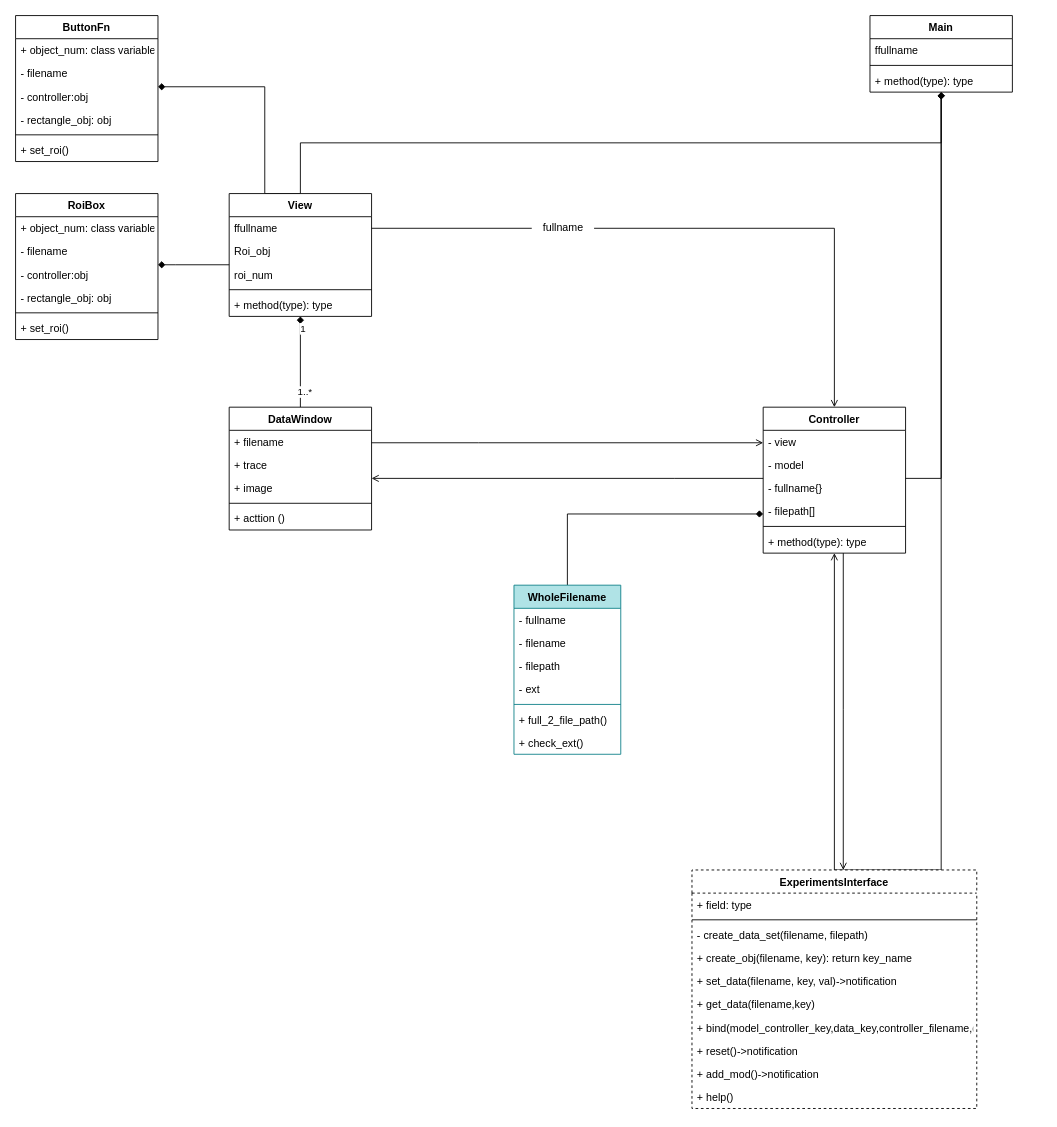
Above: page "view_controller" (2 of 3) of UML_SCANDATA.drawio in lunelukkio/SCANDATA (draw.io), before the change. Source tidied: cells renumbered, new cells numbered last; positions are measured from the earlier drawing's top-left corner, leaving out a move shared by most shapes. Both pictures are drawn from the tidied source at 89%, with x=0, y=0 at pixel (15, 15).
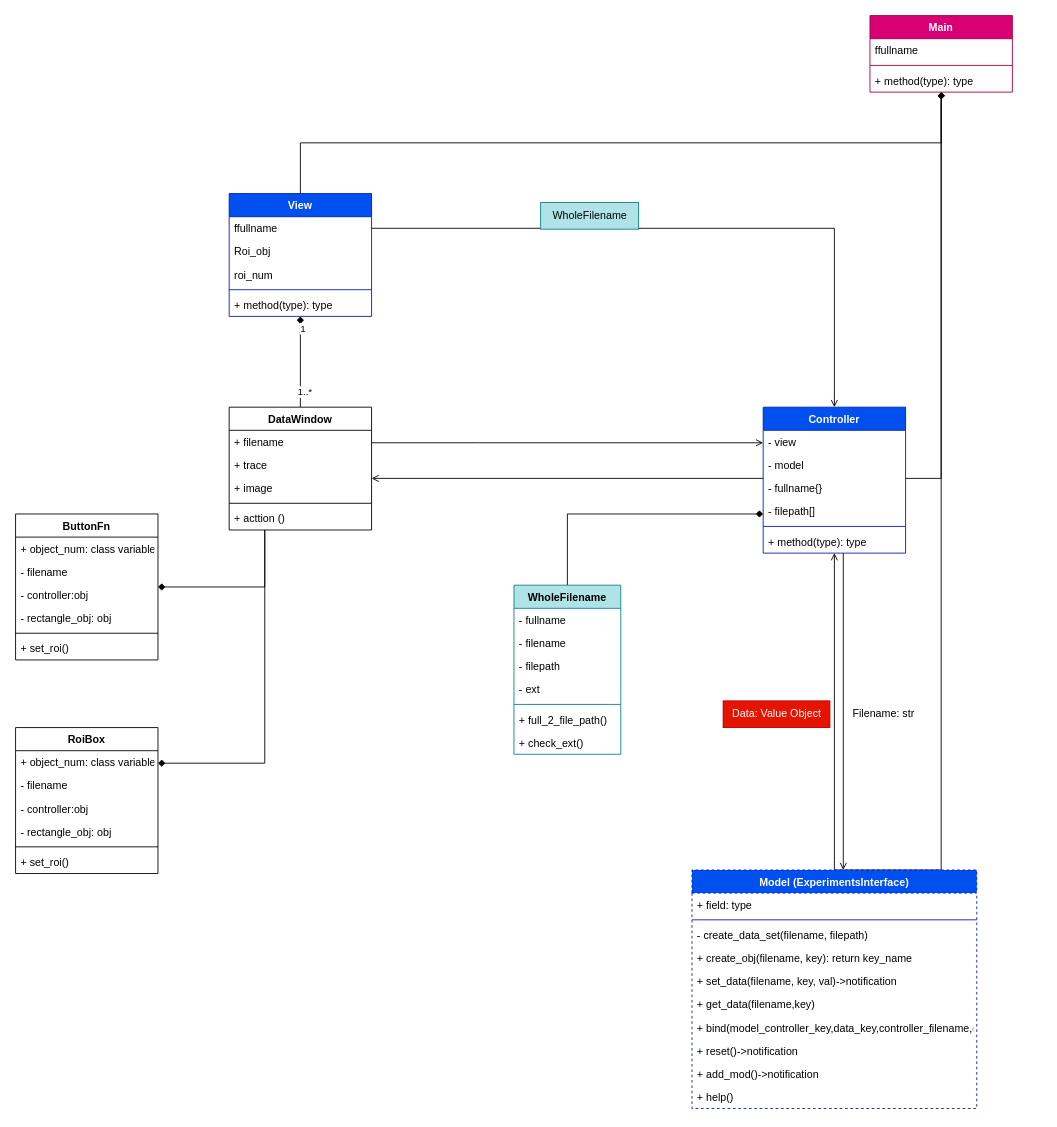
The same page after the edit.

Unchanged cells that the change refers to:
```xml
<mxCell id="7" value="ffullname" style="text;strokeColor=none;fillColor=none;align=left;verticalAlign=top;spacingLeft=4;spacingRight=4;overflow=hidden;points=[[0,0.5],[1,0.5]];portConstraint=eastwest;" parent="6" vertex="1">
  <mxGeometry y="26" width="160" height="26" as="geometry" />
</mxCell>
<mxCell id="26" value="DataWindow" style="swimlane;fontStyle=1;align=center;verticalAlign=top;horizontal=1;startSize=26;" parent="1" vertex="1">
  <mxGeometry x="240" y="440" width="160" height="138" as="geometry" />
</mxCell>
```

Diff of the diagram source:
```diff
@@
-    <mxCell id="2" style="edgeStyle=orthogonalEdgeStyle;rounded=0;jettySize=auto;html=1;endArrow=open;endFill=0;startArrow=none;" parent="1" edge="1" source="45" target="15">
+    <mxCell id="2" style="edgeStyle=orthogonalEdgeStyle;rounded=0;jettySize=auto;html=1;endArrow=open;endFill=0;startArrow=none;" parent="1" edge="1" source="6" target="15">
       <mxGeometry relative="1" as="geometry">
         <Array as="points">
           <mxPoint x="920" y="239" />
         </Array>
       </mxGeometry>
     </mxCell>
@@
-    <mxCell id="4" style="edgeStyle=orthogonalEdgeStyle;rounded=0;jettySize=auto;html=1;endArrow=diamond;endFill=1;" parent="1" edge="1" source="6" target="60">
+    <mxCell id="4" style="edgeStyle=orthogonalEdgeStyle;rounded=0;jettySize=auto;html=1;endArrow=diamond;endFill=1;" parent="1" edge="1" source="26" target="60">
       <mxGeometry relative="1" as="geometry">
         <Array as="points">
-          <mxPoint x="180" y="280" />
-          <mxPoint x="180" y="280" />
+          <mxPoint x="280" y="840" />
         </Array>
       </mxGeometry>
     </mxCell>
-    <mxCell id="5" style="edgeStyle=orthogonalEdgeStyle;rounded=0;jettySize=auto;html=1;exitX=0.5;exitY=0;exitDx=0;exitDy=0;endArrow=diamond;endFill=1;" parent="1" edge="1" source="6" target="67">
+    <mxCell id="5" style="edgeStyle=orthogonalEdgeStyle;rounded=0;jettySize=auto;html=1;endArrow=diamond;endFill=1;" parent="1" edge="1" source="26" target="67">
       <mxGeometry relative="1" as="geometry">
         <Array as="points">
-          <mxPoint x="280" y="200" />
-          <mxPoint x="280" y="80" />
+          <mxPoint x="280" y="642" />
         </Array>
       </mxGeometry>
     </mxCell>
-    <mxCell id="6" value="View" style="swimlane;fontStyle=1;align=center;verticalAlign=top;horizontal=1;startSize=26;" parent="1" vertex="1">
+    <mxCell id="6" value="View" style="swimlane;fontStyle=1;align=center;verticalAlign=top;horizontal=1;startSize=26;fillColor=#0050ef;fontColor=#ffffff;strokeColor=#001DBC;" parent="1" vertex="1">
       <mxGeometry x="240" y="200" width="160" height="138" as="geometry" />
     </mxCell>
@@
-    <mxCell id="15" value="Controller" style="swimlane;fontStyle=1;align=center;verticalAlign=top;horizontal=1;startSize=26;" parent="1" vertex="1">
+    <mxCell id="15" value="Controller" style="swimlane;fontStyle=1;align=center;verticalAlign=top;horizontal=1;startSize=26;fillColor=#0050ef;fontColor=#ffffff;strokeColor=#001DBC;" parent="1" vertex="1">
       <mxGeometry x="840" y="440" width="160" height="164" as="geometry" />
     </mxCell>
@@
-    <mxCell id="34" value="ExperimentsInterface" style="swimlane;fontStyle=1;align=center;verticalAlign=top;horizontal=1;startSize=26;dashed=1;" parent="1" vertex="1">
+    <mxCell id="34" value="Model (ExperimentsInterface)" style="swimlane;fontStyle=1;align=center;verticalAlign=top;horizontal=1;startSize=26;dashed=1;fillColor=#0050ef;fontColor=#ffffff;strokeColor=#001DBC;" parent="1" vertex="1">
       <mxGeometry x="760" y="960" width="320" height="268" as="geometry" />
     </mxCell>
@@
-    <mxCell id="45" value="fullname" style="text;html=1;align=center;verticalAlign=middle;points=[];strokeColor=none;fillColor=none;" parent="1" vertex="1">
-      <mxGeometry x="580" y="224" width="70" height="30" as="geometry" />
+    <mxCell id="45" value="WholeFilename" style="text;html=1;align=center;verticalAlign=middle;points=[];strokeColor=#0e8088;fillColor=#b0e3e6;" parent="1" vertex="1">
+      <mxGeometry x="590" y="210" width="110" height="30" as="geometry" />
     </mxCell>
-    <mxCell id="46" style="edgeStyle=orthogonalEdgeStyle;rounded=0;jettySize=auto;html=1;endArrow=none;endFill=0;" parent="1" edge="1" source="7" target="45">
-      <mxGeometry relative="1" as="geometry" />
-    </mxCell>
-    <mxCell id="47" value="Main" style="swimlane;fontStyle=1;align=center;verticalAlign=top;horizontal=1;startSize=26;" parent="1" vertex="1">
+    <mxCell id="47" value="Main" style="swimlane;fontStyle=1;align=center;verticalAlign=top;horizontal=1;startSize=26;fillColor=#d80073;fontColor=#ffffff;strokeColor=#A50040;" parent="1" vertex="1">
       <mxGeometry x="960" width="160" height="86" as="geometry" />
     </mxCell>
@@
     <mxCell id="60" value="RoiBox" style="swimlane;fontStyle=1;align=center;verticalAlign=top;horizontal=1;startSize=26;" parent="1" vertex="1">
-      <mxGeometry y="200" width="160" height="164" as="geometry" />
+      <mxGeometry y="800" width="160" height="164" as="geometry" />
     </mxCell>
@@
     <mxCell id="67" value="ButtonFn" style="swimlane;fontStyle=1;align=center;verticalAlign=top;horizontal=1;startSize=26;" parent="1" vertex="1">
-      <mxGeometry width="160" height="164" as="geometry" />
+      <mxGeometry y="560" width="160" height="164" as="geometry" />
     </mxCell>
@@
+    <mxCell id="74" value="Filename: str" style="text;html=1;align=center;verticalAlign=middle;" parent="1" vertex="1">
+      <mxGeometry x="930" y="770" width="90" height="30" as="geometry" />
+    </mxCell>
+    <mxCell id="75" value="Data: Value Object" style="text;html=1;align=center;verticalAlign=middle;fillColor=#e51400;fontColor=#ffffff;strokeColor=#B20000;" parent="1" vertex="1">
+      <mxGeometry x="795" y="770" width="120" height="30" as="geometry" />
+    </mxCell>
```
